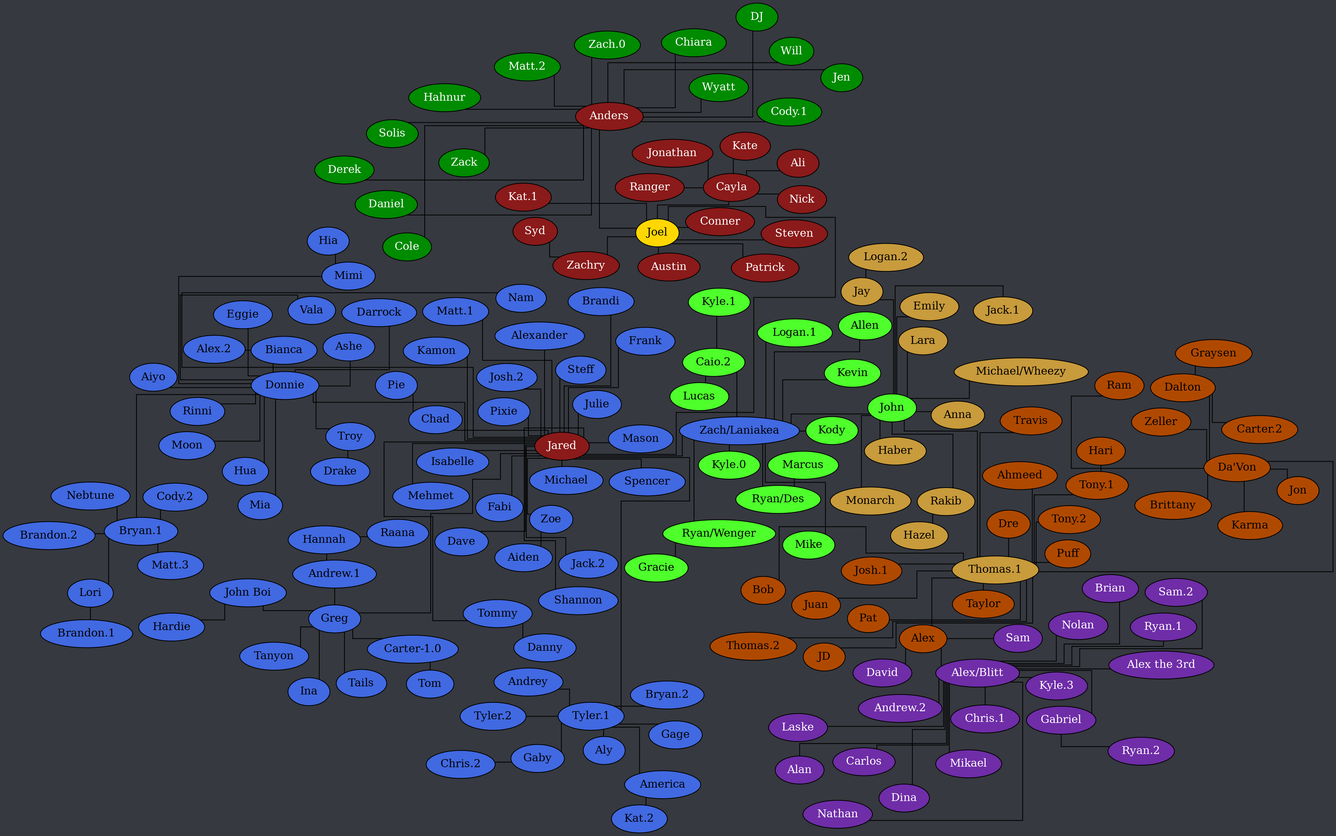
Above: tree.png in Documidas/CoronaCatzFamilyTree (Graphviz), before the change. Its source is kept beside it as tree.dot.
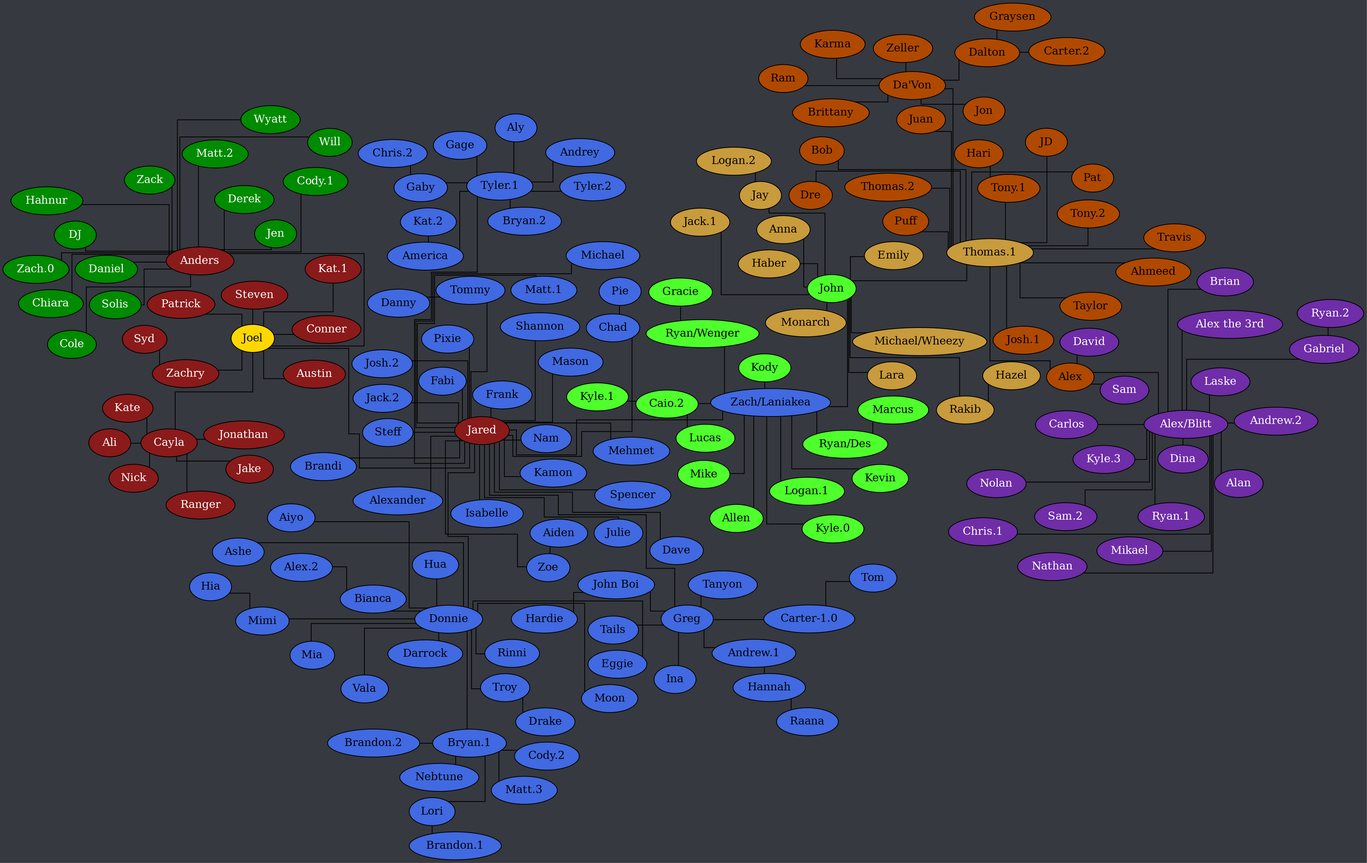
Later version of the same file.

What changed in the source:
```diff
@@ -16,6 +16,7 @@
 		Joel [ style=filled fillcolor="gold" fontcolor="black" ];
 
 		Cayla -- Ali;
+		Cayla -- Jake;
 		Cayla -- Jonathan;
 		Cayla -- Kate;
 		Cayla -- Nick;
```
